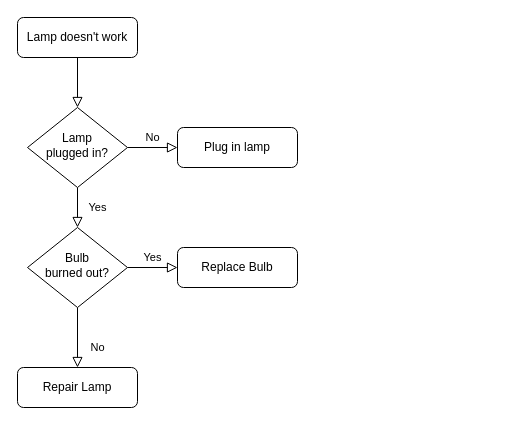
mrbartrns/clone keeps this draw.io diagram as Untitled Diagram.drawio. Above is the earlier version. Source tidied: cells renumbered, new cells numbered last; positions are measured from the earlier drawing's top-left corner, leaving out a move shared by most shapes. Both pictures are drawn from the tidied source at 100%, with x=0, y=0 at pixel (17, 17).
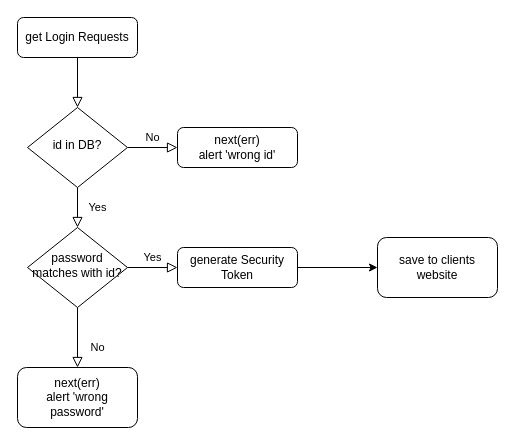
After the change.

What changed in the source:
```diff
@@
 <mxGraphModel>
   <root>
     <mxCell id="0" />
     <mxCell id="1" parent="0" />
     <mxCell id="2" style="rounded=0;html=1;jettySize=auto;fontSize=11;endArrow=block;endFill=0;endSize=8;strokeWidth=1;shadow=0;labelBackgroundColor=none;edgeStyle=orthogonalEdgeStyle;" parent="1" edge="1" source="3" target="6">
       <mxGeometry relative="1" as="geometry" />
     </mxCell>
-    <mxCell id="3" value="Lamp doesn't work" style="rounded=1;whiteSpace=wrap;html=1;fontSize=12;glass=0;strokeWidth=1;shadow=0;" parent="1" vertex="1">
+    <mxCell id="3" value="get Login Requests" style="rounded=1;whiteSpace=wrap;html=1;fontSize=12;glass=0;strokeWidth=1;shadow=0;" parent="1" vertex="1">
       <mxGeometry width="120" height="40" as="geometry" />
     </mxCell>
     <mxCell id="4" value="Yes" style="rounded=0;html=1;jettySize=auto;fontSize=11;endArrow=block;endFill=0;endSize=8;strokeWidth=1;shadow=0;labelBackgroundColor=none;edgeStyle=orthogonalEdgeStyle;" parent="1" edge="1" source="6" target="10">
       <mxGeometry y="20" relative="1" as="geometry" />
     </mxCell>
     <mxCell id="5" value="No" style="edgeStyle=orthogonalEdgeStyle;rounded=0;html=1;jettySize=auto;fontSize=11;endArrow=block;endFill=0;endSize=8;strokeWidth=1;shadow=0;labelBackgroundColor=none;" parent="1" edge="1" source="6" target="7">
       <mxGeometry y="10" relative="1" as="geometry" />
     </mxCell>
-    <mxCell id="6" value="Lamp&lt;br&gt;plugged in?" style="rhombus;whiteSpace=wrap;html=1;shadow=0;fontFamily=Helvetica;fontSize=12;align=center;strokeWidth=1;spacing=6;spacingTop=-4;" parent="1" vertex="1">
+    <mxCell id="6" value="id in DB?" style="rhombus;whiteSpace=wrap;html=1;shadow=0;fontFamily=Helvetica;fontSize=12;align=center;strokeWidth=1;spacing=6;spacingTop=-4;" parent="1" vertex="1">
       <mxGeometry x="10" y="90" width="100" height="80" as="geometry" />
     </mxCell>
-    <mxCell id="7" value="Plug in lamp" style="rounded=1;whiteSpace=wrap;html=1;fontSize=12;glass=0;strokeWidth=1;shadow=0;" parent="1" vertex="1">
+    <mxCell id="7" value="next(err)&lt;br&gt;alert 'wrong id'" style="rounded=1;whiteSpace=wrap;html=1;fontSize=12;glass=0;strokeWidth=1;shadow=0;" parent="1" vertex="1">
       <mxGeometry x="160" y="110" width="120" height="40" as="geometry" />
     </mxCell>
     <mxCell id="8" value="No" style="rounded=0;html=1;jettySize=auto;fontSize=11;endArrow=block;endFill=0;endSize=8;strokeWidth=1;shadow=0;labelBackgroundColor=none;edgeStyle=orthogonalEdgeStyle;" parent="1" edge="1" source="10" target="11">
       <mxGeometry x="0.33" y="20" relative="1" as="geometry" />
     </mxCell>
     <mxCell id="9" value="Yes" style="edgeStyle=orthogonalEdgeStyle;rounded=0;html=1;jettySize=auto;fontSize=11;endArrow=block;endFill=0;endSize=8;strokeWidth=1;shadow=0;labelBackgroundColor=none;" parent="1" edge="1" source="10" target="12">
       <mxGeometry y="10" relative="1" as="geometry" />
     </mxCell>
-    <mxCell id="10" value="Bulb&lt;br&gt;burned out?" style="rhombus;whiteSpace=wrap;html=1;shadow=0;fontFamily=Helvetica;fontSize=12;align=center;strokeWidth=1;spacing=6;spacingTop=-4;" parent="1" vertex="1">
+    <mxCell id="10" value="password matches with id?" style="rhombus;whiteSpace=wrap;html=1;shadow=0;fontFamily=Helvetica;fontSize=12;align=center;strokeWidth=1;spacing=6;spacingTop=-4;" parent="1" vertex="1">
       <mxGeometry x="10" y="210" width="100" height="80" as="geometry" />
     </mxCell>
-    <mxCell id="11" value="Repair Lamp" style="rounded=1;whiteSpace=wrap;html=1;fontSize=12;glass=0;strokeWidth=1;shadow=0;" parent="1" vertex="1">
-      <mxGeometry y="350" width="120" height="40" as="geometry" />
+    <mxCell id="11" value="next(err)&lt;br&gt;alert 'wrong password'" style="rounded=1;whiteSpace=wrap;html=1;fontSize=12;glass=0;strokeWidth=1;shadow=0;" parent="1" vertex="1">
+      <mxGeometry y="350" width="120" height="60" as="geometry" />
     </mxCell>
+    <mxCell id="13" style="edgeStyle=orthogonalEdgeStyle;rounded=0;jettySize=auto;html=1;" parent="1" edge="1" source="12" target="14">
+      <mxGeometry relative="1" as="geometry" />
+    </mxCell>
-    <mxCell id="12" value="Replace Bulb" style="rounded=1;whiteSpace=wrap;html=1;fontSize=12;glass=0;strokeWidth=1;shadow=0;" parent="1" vertex="1">
+    <mxCell id="12" value="generate Security Token" style="rounded=1;whiteSpace=wrap;html=1;fontSize=12;glass=0;strokeWidth=1;shadow=0;" parent="1" vertex="1">
       <mxGeometry x="160" y="230" width="120" height="40" as="geometry" />
     </mxCell>
+    <mxCell id="14" value="save to clients website" style="whiteSpace=wrap;html=1;rounded=1;shadow=0;strokeWidth=1;glass=0;" parent="1" vertex="1">
+      <mxGeometry x="360" y="220" width="120" height="60" as="geometry" />
+    </mxCell>
   </root>
 </mxGraphModel>
```
